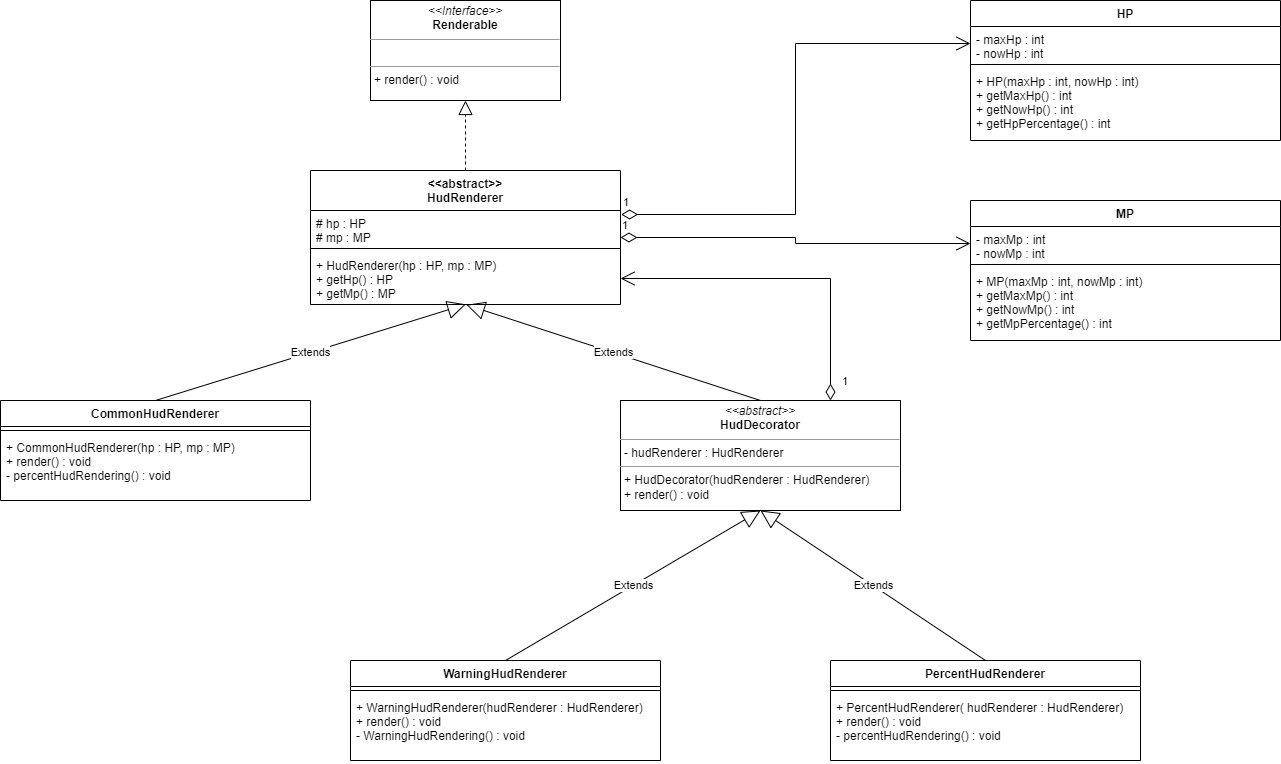
This is app/src/main/resources/decorator/Decorator_Pattern.drawio.png from jongHyeon0000/DesignPattern-example, a draw.io export, as it was before one commit. Source tidied: cells renumbered, new cells last; positions are measured from the earlier drawing's top-left corner, leaving out a move shared by most shapes. The source it was exported from:
```xml
<mxGraphModel>
  <root>
    <mxCell id="0" />
    <mxCell id="1" parent="0" />
    <mxCell id="2" value="&lt;p style=&quot;margin:0px;margin-top:4px;text-align:center;&quot;&gt;&lt;i&gt;&amp;lt;&amp;lt;Interface&amp;gt;&amp;gt;&lt;/i&gt;&lt;br&gt;&lt;b&gt;Renderable&lt;/b&gt;&lt;/p&gt;&lt;hr size=&quot;1&quot;&gt;&lt;p style=&quot;margin:0px;margin-left:4px;&quot;&gt;&lt;br&gt;&lt;/p&gt;&lt;hr size=&quot;1&quot;&gt;&lt;p style=&quot;margin:0px;margin-left:4px;&quot;&gt;+ render() : void&lt;/p&gt;" style="verticalAlign=top;align=left;overflow=fill;fontSize=12;fontFamily=Helvetica;html=1;rounded=0;" parent="1" vertex="1">
      <mxGeometry x="370" width="190" height="100" as="geometry" />
    </mxCell>
    <mxCell id="3" value="HP" style="swimlane;fontStyle=1;align=center;verticalAlign=top;horizontal=1;startSize=26;rounded=0;" parent="1" vertex="1">
      <mxGeometry x="970" width="310" height="140" as="geometry" />
    </mxCell>
    <mxCell id="4" value="- maxHp : int&#10;- nowHp : int" style="text;strokeColor=none;fillColor=none;align=left;verticalAlign=top;spacingLeft=4;spacingRight=4;overflow=hidden;points=[[0,0.5],[1,0.5]];portConstraint=eastwest;rounded=0;" parent="3" vertex="1">
      <mxGeometry y="26" width="310" height="34" as="geometry" />
    </mxCell>
    <mxCell id="5" style="line;strokeWidth=1;fillColor=none;align=left;verticalAlign=middle;spacingTop=-1;spacingLeft=3;spacingRight=3;labelPosition=right;rounded=0;" parent="3" vertex="1">
      <mxGeometry y="60" width="310" height="8" as="geometry" />
    </mxCell>
    <mxCell id="6" value="+ HP(maxHp : int, nowHp : int)&#10;+ getMaxHp() : int&#10;+ getNowHp() : int&#10;+ getHpPercentage() : int" style="text;strokeColor=none;fillColor=none;align=left;verticalAlign=top;spacingLeft=4;spacingRight=4;overflow=hidden;rounded=0;" parent="3" vertex="1">
      <mxGeometry y="68" width="310" height="72" as="geometry" />
    </mxCell>
    <mxCell id="7" value="MP" style="swimlane;fontStyle=1;align=center;verticalAlign=top;horizontal=1;startSize=26;rounded=0;" parent="1" vertex="1">
      <mxGeometry x="970" y="200" width="310" height="140" as="geometry" />
    </mxCell>
    <mxCell id="8" value="- maxMp : int&#10;- nowMp : int" style="text;strokeColor=none;fillColor=none;align=left;verticalAlign=top;spacingLeft=4;spacingRight=4;overflow=hidden;points=[[0,0.5],[1,0.5]];portConstraint=eastwest;rounded=0;" parent="7" vertex="1">
      <mxGeometry y="26" width="310" height="34" as="geometry" />
    </mxCell>
    <mxCell id="9" style="line;strokeWidth=1;fillColor=none;align=left;verticalAlign=middle;spacingTop=-1;spacingLeft=3;spacingRight=3;labelPosition=right;rounded=0;" parent="7" vertex="1">
      <mxGeometry y="60" width="310" height="8" as="geometry" />
    </mxCell>
    <mxCell id="10" value="+ MP(maxMp : int, nowMp : int)&#10;+ getMaxMp() : int&#10;+ getNowMp() : int&#10;+ getMpPercentage() : int" style="text;strokeColor=none;fillColor=none;align=left;verticalAlign=top;spacingLeft=4;spacingRight=4;overflow=hidden;rounded=0;" parent="7" vertex="1">
      <mxGeometry y="68" width="310" height="72" as="geometry" />
    </mxCell>
    <mxCell id="11" value="&lt;p style=&quot;margin:0px;margin-top:4px;text-align:center;&quot;&gt;&lt;i&gt;&amp;lt;&amp;lt;abstract&amp;gt;&amp;gt;&lt;/i&gt;&lt;br&gt;&lt;span style=&quot;font-weight: 700;&quot;&gt;HudDecorator&lt;/span&gt;&lt;br&gt;&lt;/p&gt;&lt;hr size=&quot;1&quot;&gt;&lt;p style=&quot;margin:0px;margin-left:4px;&quot;&gt;- hudRenderer : HudRenderer&lt;br&gt;&lt;/p&gt;&lt;hr size=&quot;1&quot;&gt;&lt;p style=&quot;margin:0px;margin-left:4px;&quot;&gt;+ HudDecorator(hudRenderer : HudRenderer)&lt;br style=&quot;padding: 0px; margin: 0px;&quot;&gt;+ render() : void&lt;br&gt;&lt;/p&gt;" style="verticalAlign=top;align=left;overflow=fill;fontSize=12;fontFamily=Helvetica;html=1;rounded=0;" parent="1" vertex="1">
      <mxGeometry x="620" y="400" width="280" height="110" as="geometry" />
    </mxCell>
    <mxCell id="12" value="&lt;&lt;abstract&gt;&gt;&#10;HudRenderer" style="swimlane;fontStyle=1;align=center;verticalAlign=top;horizontal=1;startSize=40;rounded=0;" parent="1" vertex="1">
      <mxGeometry x="310" y="170" width="310" height="134" as="geometry" />
    </mxCell>
    <mxCell id="13" value="# hp : HP&#10;# mp : MP" style="text;strokeColor=none;fillColor=none;align=left;verticalAlign=top;spacingLeft=4;spacingRight=4;overflow=hidden;points=[[0,0.5],[1,0.5]];portConstraint=eastwest;rounded=0;" parent="12" vertex="1">
      <mxGeometry y="40" width="310" height="34" as="geometry" />
    </mxCell>
    <mxCell id="14" style="line;strokeWidth=1;fillColor=none;align=left;verticalAlign=middle;spacingTop=-1;spacingLeft=3;spacingRight=3;labelPosition=right;rounded=0;" parent="12" vertex="1">
      <mxGeometry y="74" width="310" height="8" as="geometry" />
    </mxCell>
    <mxCell id="15" value="+ HudRenderer(hp : HP, mp : MP)&#10;+ getHp() : HP&#10;+ getMp() : MP" style="text;strokeColor=none;fillColor=none;align=left;verticalAlign=top;spacingLeft=4;spacingRight=4;overflow=hidden;points=[[0,0.5],[1,0.5]];portConstraint=eastwest;rounded=0;" parent="12" vertex="1">
      <mxGeometry y="82" width="310" height="52" as="geometry" />
    </mxCell>
    <mxCell id="16" value="CommonHudRenderer" style="swimlane;fontStyle=1;align=center;verticalAlign=top;horizontal=1;startSize=26;rounded=0;" parent="1" vertex="1">
      <mxGeometry y="400" width="310" height="100" as="geometry" />
    </mxCell>
    <mxCell id="17" style="line;strokeWidth=1;fillColor=none;align=left;verticalAlign=middle;spacingTop=-1;spacingLeft=3;spacingRight=3;labelPosition=right;rounded=0;" parent="16" vertex="1">
      <mxGeometry y="26" width="310" height="8" as="geometry" />
    </mxCell>
    <mxCell id="18" value="+ CommonHudRenderer(hp : HP, mp : MP)&#10;+ render() : void&#10;- percentHudRendering() : void" style="text;strokeColor=none;fillColor=none;align=left;verticalAlign=top;spacingLeft=4;spacingRight=4;overflow=hidden;rounded=0;" parent="16" vertex="1">
      <mxGeometry y="34" width="310" height="66" as="geometry" />
    </mxCell>
    <mxCell id="19" value="WarningHudRenderer" style="swimlane;fontStyle=1;align=center;verticalAlign=top;horizontal=1;startSize=26;rounded=0;" parent="1" vertex="1">
      <mxGeometry x="350" y="660" width="310" height="100" as="geometry" />
    </mxCell>
    <mxCell id="20" style="line;strokeWidth=1;fillColor=none;align=left;verticalAlign=middle;spacingTop=-1;spacingLeft=3;spacingRight=3;labelPosition=right;rounded=0;" parent="19" vertex="1">
      <mxGeometry y="26" width="310" height="8" as="geometry" />
    </mxCell>
    <mxCell id="21" value="+ WarningHudRenderer(hudRenderer : HudRenderer)&#10;+ render() : void&#10;- WarningHudRendering() : void" style="text;strokeColor=none;fillColor=none;align=left;verticalAlign=top;spacingLeft=4;spacingRight=4;overflow=hidden;rounded=0;" parent="19" vertex="1">
      <mxGeometry y="34" width="310" height="66" as="geometry" />
    </mxCell>
    <mxCell id="22" value="PercentHudRenderer" style="swimlane;fontStyle=1;align=center;verticalAlign=top;horizontal=1;startSize=26;rounded=0;" parent="1" vertex="1">
      <mxGeometry x="830" y="660" width="310" height="100" as="geometry" />
    </mxCell>
    <mxCell id="23" style="line;strokeWidth=1;fillColor=none;align=left;verticalAlign=middle;spacingTop=-1;spacingLeft=3;spacingRight=3;labelPosition=right;rounded=0;" parent="22" vertex="1">
      <mxGeometry y="26" width="310" height="8" as="geometry" />
    </mxCell>
    <mxCell id="24" value="+ PercentHudRenderer( hudRenderer : HudRenderer)&#10;+ render() : void&#10;- percentHudRendering() : void" style="text;strokeColor=none;fillColor=none;align=left;verticalAlign=top;spacingLeft=4;spacingRight=4;overflow=hidden;rounded=0;" parent="22" vertex="1">
      <mxGeometry y="34" width="310" height="66" as="geometry" />
    </mxCell>
    <mxCell id="25" style="endArrow=block;dashed=1;endFill=0;endSize=12;html=1;rounded=0;entryX=0.5;entryY=1;entryDx=0;entryDy=0;exitX=0.5;exitY=0;exitDx=0;exitDy=0;" parent="1" edge="1" source="12" target="2">
      <mxGeometry relative="1" as="geometry" />
    </mxCell>
    <mxCell id="26" value="Extends" style="endArrow=block;endSize=16;endFill=0;html=1;rounded=0;exitX=0.5;exitY=0;exitDx=0;exitDy=0;entryX=0.501;entryY=0.997;entryDx=0;entryDy=0;entryPerimeter=0;" parent="1" edge="1" source="16" target="15">
      <mxGeometry relative="1" as="geometry" />
    </mxCell>
    <mxCell id="27" value="Extends" style="endArrow=block;endSize=16;endFill=0;html=1;rounded=0;exitX=0.5;exitY=0;exitDx=0;exitDy=0;entryX=0.503;entryY=1.006;entryDx=0;entryDy=0;entryPerimeter=0;" parent="1" edge="1" source="11" target="15">
      <mxGeometry relative="1" as="geometry" />
    </mxCell>
    <mxCell id="28" value="Extends" style="endArrow=block;endSize=16;endFill=0;html=1;rounded=0;exitX=0.5;exitY=0;exitDx=0;exitDy=0;entryX=0.5;entryY=1;entryDx=0;entryDy=0;" parent="1" edge="1" source="19" target="11">
      <mxGeometry relative="1" as="geometry" />
    </mxCell>
    <mxCell id="29" value="Extends" style="endArrow=block;endSize=16;endFill=0;html=1;rounded=0;exitX=0.5;exitY=0;exitDx=0;exitDy=0;entryX=0.5;entryY=1;entryDx=0;entryDy=0;" parent="1" edge="1" source="22" target="11">
      <mxGeometry relative="1" as="geometry" />
    </mxCell>
    <mxCell id="30" value="1" style="endArrow=open;html=1;endSize=12;startArrow=diamondThin;startSize=14;startFill=0;edgeStyle=orthogonalEdgeStyle;align=left;verticalAlign=bottom;rounded=0;exitX=1.002;exitY=0.118;exitDx=0;exitDy=0;entryX=0;entryY=0.5;entryDx=0;entryDy=0;exitPerimeter=0;" parent="1" edge="1" source="13" target="4">
      <mxGeometry x="-1" y="3" relative="1" as="geometry" />
    </mxCell>
    <mxCell id="31" value="1" style="endArrow=open;html=1;endSize=12;startArrow=diamondThin;startSize=14;startFill=0;edgeStyle=orthogonalEdgeStyle;align=left;verticalAlign=bottom;rounded=0;exitX=1;exitY=0.5;exitDx=0;exitDy=0;entryX=0;entryY=0.5;entryDx=0;entryDy=0;" parent="1" edge="1" source="12" target="8">
      <mxGeometry x="-1" y="3" relative="1" as="geometry" />
    </mxCell>
    <mxCell id="32" value="1" style="endArrow=open;html=1;endSize=12;startArrow=diamondThin;startSize=14;startFill=0;edgeStyle=orthogonalEdgeStyle;align=left;verticalAlign=bottom;rounded=0;exitX=0.75;exitY=0;exitDx=0;exitDy=0;entryX=1;entryY=0.5;entryDx=0;entryDy=0;" parent="1" edge="1" source="11" target="15">
      <mxGeometry x="-0.94" y="-10" relative="1" as="geometry" />
    </mxCell>
  </root>
</mxGraphModel>
```
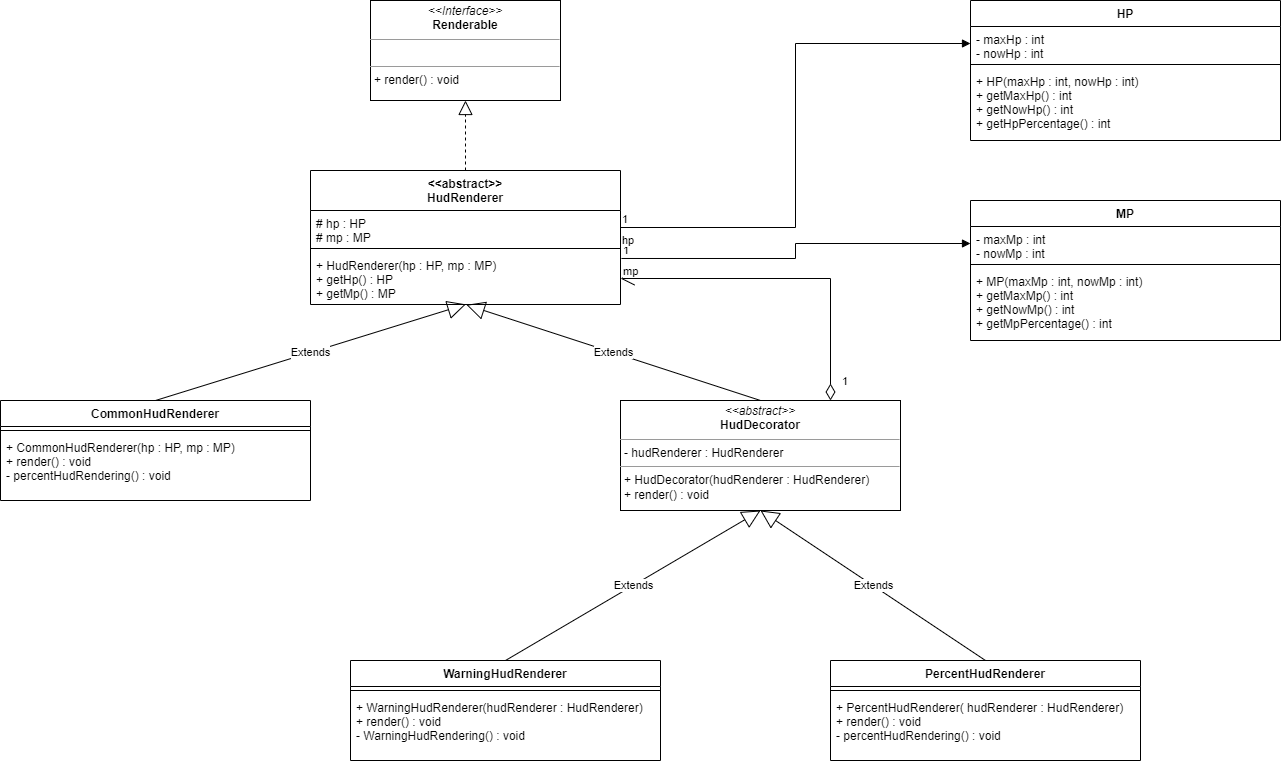
After the change.

The edit, as a diff of the source:
```diff
@@ -86,14 +86,20 @@
     <mxCell id="29" value="Extends" style="endArrow=block;endSize=16;endFill=0;html=1;rounded=0;exitX=0.5;exitY=0;exitDx=0;exitDy=0;entryX=0.5;entryY=1;entryDx=0;entryDy=0;" parent="1" edge="1" source="22" target="11">
       <mxGeometry relative="1" as="geometry" />
     </mxCell>
+    <mxCell id="32" value="1" style="endArrow=open;html=1;endSize=12;startArrow=diamondThin;startSize=14;startFill=0;edgeStyle=orthogonalEdgeStyle;align=left;verticalAlign=bottom;rounded=0;exitX=0.75;exitY=0;exitDx=0;exitDy=0;entryX=1;entryY=0.5;entryDx=0;entryDy=0;" parent="1" edge="1" source="11" target="15">
+      <mxGeometry x="-0.94" y="-10" relative="1" as="geometry" />
+    </mxCell>
+    <mxCell id="33" value="mp" style="endArrow=block;endFill=1;html=1;edgeStyle=orthogonalEdgeStyle;align=left;verticalAlign=top;rounded=0;exitX=1.003;exitY=0.115;exitDx=0;exitDy=0;exitPerimeter=0;entryX=0;entryY=0.5;entryDx=0;entryDy=0;" parent="1" edge="1" source="15" target="8">
+      <mxGeometry x="-1" relative="1" as="geometry" />
+    </mxCell>
+    <mxCell id="34" value="1" style="edgeLabel;html=1;align=left;verticalAlign=bottom;" parent="33" vertex="1">
+      <mxGeometry x="-1" relative="1" as="geometry" />
+    </mxCell>
-    <mxCell id="30" value="1" style="endArrow=open;html=1;endSize=12;startArrow=diamondThin;startSize=14;startFill=0;edgeStyle=orthogonalEdgeStyle;align=left;verticalAlign=bottom;rounded=0;exitX=1.002;exitY=0.118;exitDx=0;exitDy=0;entryX=0;entryY=0.5;entryDx=0;entryDy=0;exitPerimeter=0;" parent="1" edge="1" source="13" target="4">
-      <mxGeometry x="-1" y="3" relative="1" as="geometry" />
+    <mxCell id="30" value="hp" style="endArrow=block;endFill=1;html=1;edgeStyle=orthogonalEdgeStyle;align=left;verticalAlign=top;rounded=0;exitX=1;exitY=0.5;exitDx=0;exitDy=0;entryX=0;entryY=0.5;entryDx=0;entryDy=0;" parent="1" edge="1" source="13" target="4">
+      <mxGeometry x="-1" relative="1" as="geometry" />
     </mxCell>
-    <mxCell id="31" value="1" style="endArrow=open;html=1;endSize=12;startArrow=diamondThin;startSize=14;startFill=0;edgeStyle=orthogonalEdgeStyle;align=left;verticalAlign=bottom;rounded=0;exitX=1;exitY=0.5;exitDx=0;exitDy=0;entryX=0;entryY=0.5;entryDx=0;entryDy=0;" parent="1" edge="1" source="12" target="8">
-      <mxGeometry x="-1" y="3" relative="1" as="geometry" />
-    </mxCell>
-    <mxCell id="32" value="1" style="endArrow=open;html=1;endSize=12;startArrow=diamondThin;startSize=14;startFill=0;edgeStyle=orthogonalEdgeStyle;align=left;verticalAlign=bottom;rounded=0;exitX=0.75;exitY=0;exitDx=0;exitDy=0;entryX=1;entryY=0.5;entryDx=0;entryDy=0;" parent="1" edge="1" source="11" target="15">
-      <mxGeometry x="-0.94" y="-10" relative="1" as="geometry" />
-    </mxCell>
+    <mxCell id="35" value="1" style="edgeLabel;html=1;align=left;verticalAlign=bottom;" parent="30" vertex="1">
+      <mxGeometry x="-1" relative="1" as="geometry" />
+    </mxCell>
   </root>
 </mxGraphModel>
```
